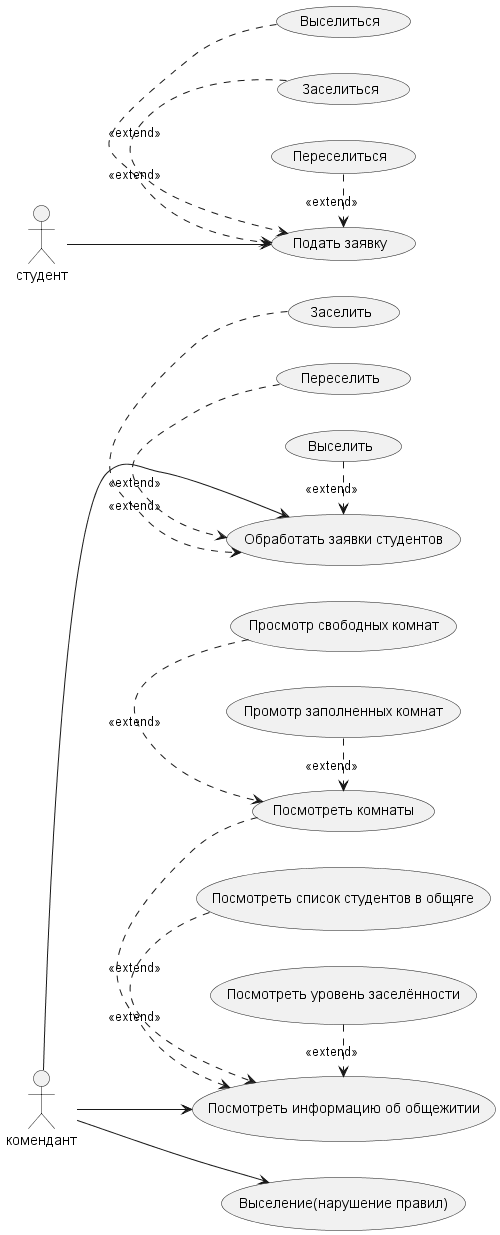
Earlier version of the PlantUML export docs/diagrams/use_case.png (daniildDruzhinin532/Project_inf).
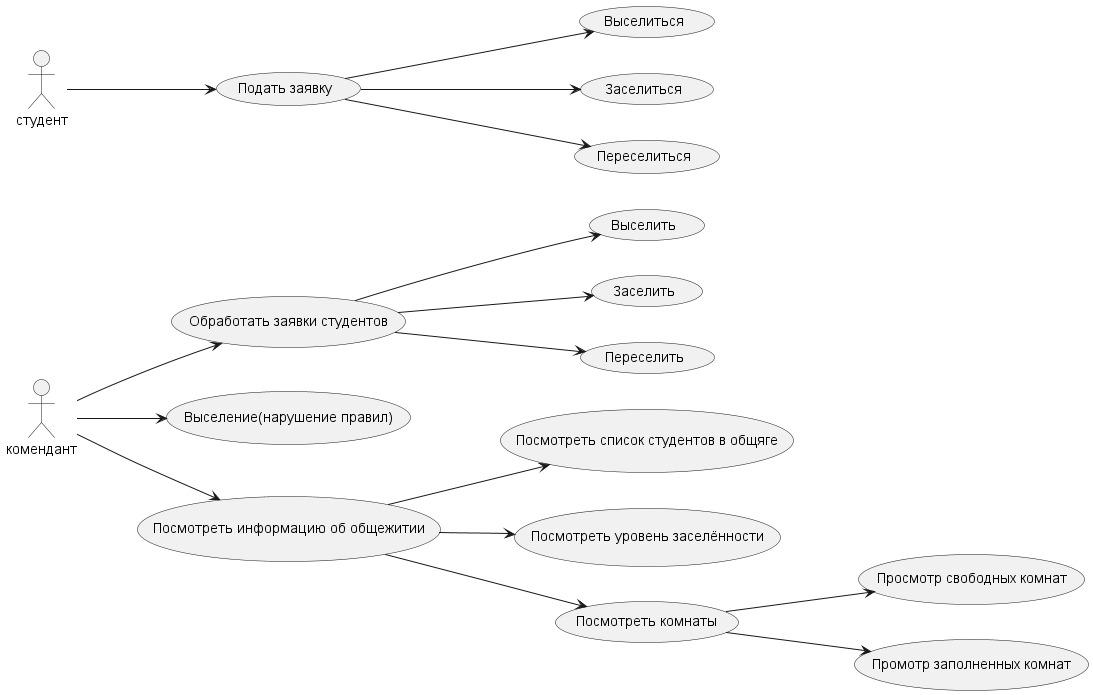
The same diagram one commit later.

What changed in the source:
```diff
@@ -29,19 +29,19 @@
 студент --> U12
 
 
-U2 .> U1 : <<extend>>
-U3 .> U1 : <<extend>>
-U4 .> U1 : <<extend>>
+U1 --> U2
+U1 --> U3
+U1 --> U4
 
-U7 .> U6 : <<extend>>
-U8 .> U6 : <<extend>>
-U9 .> U6 : <<extend>>
+U6 --> U7
+U6 --> U8
+U6 --> U9
 
-U10 .> U9 : <<extend>>
-U11 .> U9 : <<extend>>
+U9 --> U10
+U9 --> U11
 
-U13 .> U12 : <<extend>>
-U14 .> U12 : <<extend>>
-U15 .> U12 : <<extend>>
+U12 --> U13
+U12 --> U14
+U12 --> U15
 
 @enduml
```
